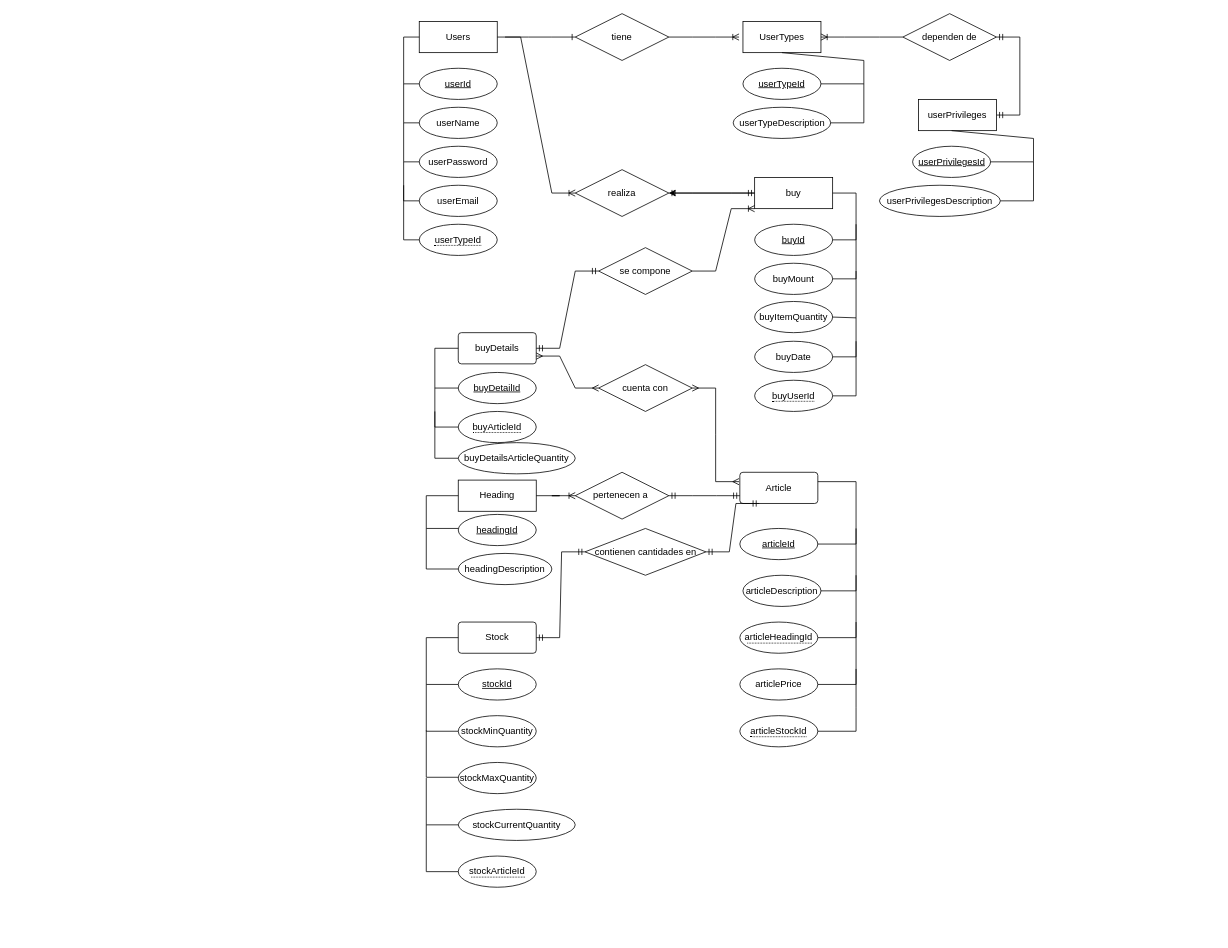
The draw.io diagram DER_carrito.drawio in LucasRivero02/baseDatos, before the edit. Source tidied: cells renumbered, new cells numbered last; positions are measured from the earlier drawing's top-left corner, leaving out a move shared by most shapes. Both pictures are drawn from the tidied source at 78%, with x=0, y=0 at pixel (403, 13).
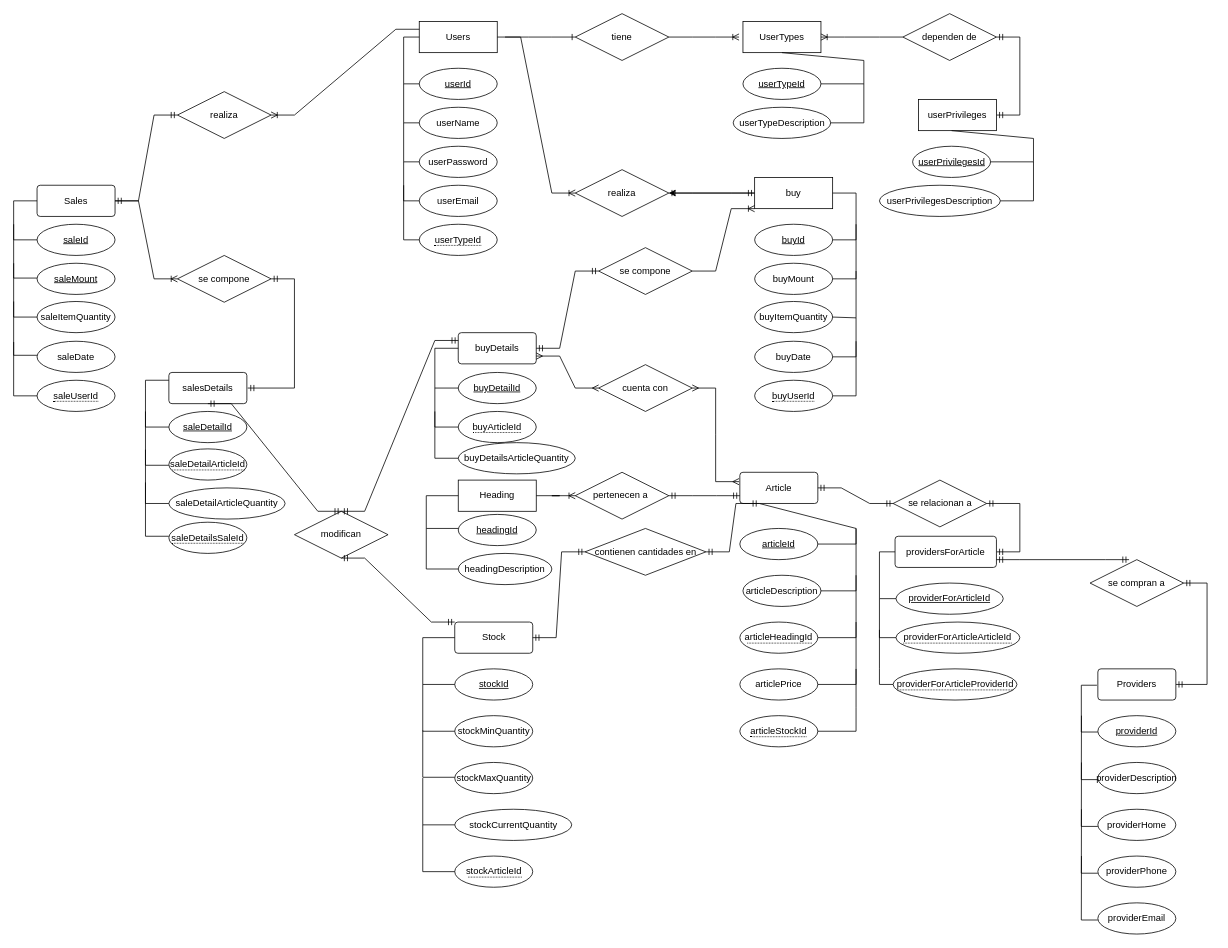
The same page after the edit.

Unchanged cells that the change refers to:
```xml
<mxCell id="2" value="Users" style="whiteSpace=wrap;html=1;align=center;" parent="1" vertex="1">
  <mxGeometry x="20" y="10" width="100" height="40" as="geometry" />
</mxCell>
<mxCell id="34" value="buyDetails" style="rounded=1;arcSize=10;whiteSpace=wrap;html=1;align=center;" parent="1" vertex="1">
  <mxGeometry x="70" y="409" width="100" height="40" as="geometry" />
</mxCell>
<mxCell id="45" value="Article" style="rounded=1;arcSize=10;whiteSpace=wrap;html=1;align=center;" parent="1" vertex="1">
  <mxGeometry x="431" y="588" width="100" height="40" as="geometry" />
</mxCell>
<mxCell id="49" value="articleId" style="ellipse;whiteSpace=wrap;html=1;align=center;fontStyle=4;" parent="1" vertex="1">
  <mxGeometry x="431" y="660" width="100" height="40" as="geometry" />
</mxCell>
```

The edit, as a diff of the source:
```diff
@@
-    <mxCell id="52" style="endArrow=none;html=1;rounded=0;exitX=1;exitY=0.5;exitDx=0;exitDy=0;" parent="1" edge="1" source="49">
+    <mxCell id="52" style="endArrow=none;html=1;rounded=0;exitX=1;exitY=0.5;exitDx=0;exitDy=0;entryX=0.25;entryY=1;entryDx=0;entryDy=0;" parent="1" edge="1" source="49" target="45">
       <mxGeometry relative="1" as="geometry">
-        <mxPoint x="531" y="600" as="targetPoint" />
         <Array as="points">
           <mxPoint x="580" y="680" />
-          <mxPoint x="580" y="600" />
+          <mxPoint x="580" y="660" />
         </Array>
       </mxGeometry>
     </mxCell>
@@
     <mxCell id="77" value="Stock" style="rounded=1;arcSize=10;whiteSpace=wrap;html=1;align=center;" parent="1" vertex="1">
-      <mxGeometry x="70" y="780" width="100" height="40" as="geometry" />
+      <mxGeometry x="65.5" y="780" width="100" height="40" as="geometry" />
     </mxCell>
@@
     <mxCell id="80" value="stockId" style="ellipse;whiteSpace=wrap;html=1;align=center;fontStyle=4;" parent="1" vertex="1">
-      <mxGeometry x="70" y="840" width="100" height="40" as="geometry" />
+      <mxGeometry x="65.5" y="840" width="100" height="40" as="geometry" />
     </mxCell>
     <mxCell id="81" value="stockMinQuantity" style="ellipse;whiteSpace=wrap;html=1;align=center;" parent="1" vertex="1">
-      <mxGeometry x="70" y="900" width="100" height="40" as="geometry" />
+      <mxGeometry x="65.5" y="900" width="100" height="40" as="geometry" />
     </mxCell>
     <mxCell id="82" value="stockMaxQuantity" style="ellipse;whiteSpace=wrap;html=1;align=center;" parent="1" vertex="1">
-      <mxGeometry x="70" y="960" width="100" height="40" as="geometry" />
+      <mxGeometry x="65.5" y="960" width="100" height="40" as="geometry" />
     </mxCell>
     <mxCell id="83" value="stockCurrentQuantity" style="ellipse;whiteSpace=wrap;html=1;align=center;" parent="1" vertex="1">
-      <mxGeometry x="70" y="1020" width="150" height="40" as="geometry" />
+      <mxGeometry x="65.5" y="1020" width="150" height="40" as="geometry" />
     </mxCell>
     <mxCell id="84" value="&lt;span style=&quot;border-bottom: 1px dotted&quot;&gt;stockArticleId&lt;/span&gt;" style="ellipse;whiteSpace=wrap;html=1;align=center;" parent="1" vertex="1">
-      <mxGeometry x="70" y="1080" width="100" height="40" as="geometry" />
+      <mxGeometry x="65.5" y="1080" width="100" height="40" as="geometry" />
     </mxCell>
     <mxCell id="85" style="endArrow=none;html=1;rounded=0;exitX=0;exitY=0.5;exitDx=0;exitDy=0;entryX=0;entryY=0.5;entryDx=0;entryDy=0;" parent="1" edge="1" source="80" target="77">
       <mxGeometry relative="1" as="geometry">
         <Array as="points">
-          <mxPoint x="29" y="860" />
-          <mxPoint x="29" y="800" />
+          <mxPoint x="24.5" y="860" />
+          <mxPoint x="24.5" y="800" />
         </Array>
       </mxGeometry>
     </mxCell>
     <mxCell id="86" style="endArrow=none;html=1;rounded=0;exitX=0;exitY=0.5;exitDx=0;exitDy=0;" parent="1" edge="1">
       <mxGeometry relative="1" as="geometry">
-        <mxPoint x="70" y="920" as="sourcePoint" />
-        <mxPoint x="29" y="860" as="targetPoint" />
+        <mxPoint x="65.5" y="920" as="sourcePoint" />
+        <mxPoint x="24.5" y="860" as="targetPoint" />
         <Array as="points">
-          <mxPoint x="29" y="920" />
-          <mxPoint x="29" y="860" />
+          <mxPoint x="24.5" y="920" />
+          <mxPoint x="24.5" y="860" />
         </Array>
       </mxGeometry>
     </mxCell>
     <mxCell id="87" style="endArrow=none;html=1;rounded=0;exitX=0;exitY=0.5;exitDx=0;exitDy=0;" parent="1" edge="1">
       <mxGeometry relative="1" as="geometry">
-        <mxPoint x="70" y="979" as="sourcePoint" />
-        <mxPoint x="29" y="919" as="targetPoint" />
+        <mxPoint x="65.5" y="979" as="sourcePoint" />
+        <mxPoint x="24.5" y="919" as="targetPoint" />
         <Array as="points">
-          <mxPoint x="29" y="979" />
-          <mxPoint x="29" y="919" />
+          <mxPoint x="24.5" y="979" />
+          <mxPoint x="24.5" y="919" />
         </Array>
       </mxGeometry>
     </mxCell>
     <mxCell id="88" style="endArrow=none;html=1;rounded=0;exitX=0;exitY=0.5;exitDx=0;exitDy=0;" parent="1" edge="1">
       <mxGeometry relative="1" as="geometry">
-        <mxPoint x="70" y="1040" as="sourcePoint" />
-        <mxPoint x="29" y="980" as="targetPoint" />
+        <mxPoint x="65.5" y="1040" as="sourcePoint" />
+        <mxPoint x="24.5" y="980" as="targetPoint" />
         <Array as="points">
-          <mxPoint x="29" y="1040" />
-          <mxPoint x="29" y="980" />
+          <mxPoint x="24.5" y="1040" />
+          <mxPoint x="24.5" y="980" />
         </Array>
       </mxGeometry>
     </mxCell>
     <mxCell id="89" style="endArrow=none;html=1;rounded=0;exitX=0;exitY=0.5;exitDx=0;exitDy=0;" parent="1" edge="1">
       <mxGeometry relative="1" as="geometry">
-        <mxPoint x="70" y="1100" as="sourcePoint" />
-        <mxPoint x="29" y="1040" as="targetPoint" />
+        <mxPoint x="65.5" y="1100" as="sourcePoint" />
+        <mxPoint x="24.5" y="1040" as="targetPoint" />
         <Array as="points">
-          <mxPoint x="29" y="1100" />
-          <mxPoint x="29" y="1040" />
+          <mxPoint x="24.5" y="1100" />
+          <mxPoint x="24.5" y="1040" />
         </Array>
       </mxGeometry>
     </mxCell>
+    <mxCell id="90" value="se relacionan a" style="shape=rhombus;perimeter=rhombusPerimeter;whiteSpace=wrap;html=1;align=center;" parent="1" vertex="1">
+      <mxGeometry x="627.5" y="598" width="120" height="60" as="geometry" />
+    </mxCell>
+    <mxCell id="91" style="edgeStyle=entityRelationEdgeStyle;fontSize=12;html=1;endArrow=ERmandOne;startArrow=ERmandOne;rounded=0;entryX=0;entryY=0.5;entryDx=0;entryDy=0;" parent="1" edge="1" source="45" target="90">
+      <mxGeometry relative="1" as="geometry" />
+    </mxCell>
+    <mxCell id="92" style="edgeStyle=entityRelationEdgeStyle;fontSize=12;html=1;endArrow=ERmandOne;startArrow=ERmandOne;rounded=0;" parent="1" edge="1" target="90">
+      <mxGeometry relative="1" as="geometry">
+        <mxPoint x="760" y="690" as="sourcePoint" />
+      </mxGeometry>
+    </mxCell>
+    <mxCell id="93" value="providersForArticle" style="rounded=1;arcSize=10;whiteSpace=wrap;html=1;align=center;" parent="1" vertex="1">
+      <mxGeometry x="630" y="670" width="130" height="40" as="geometry" />
+    </mxCell>
+    <mxCell id="94" value="providerForArticleId" style="ellipse;whiteSpace=wrap;html=1;align=center;fontStyle=4;" parent="1" vertex="1">
+      <mxGeometry x="631.2" y="730" width="137.5" height="40" as="geometry" />
+    </mxCell>
+    <mxCell id="95" value="&lt;span style=&quot;border-bottom: 1px dotted&quot;&gt;providerForArticleArticleId&lt;/span&gt;" style="ellipse;whiteSpace=wrap;html=1;align=center;" parent="1" vertex="1">
+      <mxGeometry x="631.2" y="780" width="158.8" height="40" as="geometry" />
+    </mxCell>
+    <mxCell id="96" value="&lt;span style=&quot;border-bottom: 1px dotted&quot;&gt;providerForArticleProviderId&lt;/span&gt;" style="ellipse;whiteSpace=wrap;html=1;align=center;" parent="1" vertex="1">
+      <mxGeometry x="627.5" y="840" width="158.8" height="40" as="geometry" />
+    </mxCell>
+    <mxCell id="97" style="endArrow=none;html=1;rounded=0;exitX=0;exitY=0.5;exitDx=0;exitDy=0;entryX=0;entryY=0.5;entryDx=0;entryDy=0;" parent="1" edge="1" source="94" target="93">
+      <mxGeometry relative="1" as="geometry">
+        <Array as="points">
+          <mxPoint x="610" y="750" />
+          <mxPoint x="610" y="690" />
+        </Array>
+      </mxGeometry>
+    </mxCell>
+    <mxCell id="98" style="endArrow=none;html=1;rounded=0;exitX=0;exitY=0.5;exitDx=0;exitDy=0;" parent="1" edge="1" source="95">
+      <mxGeometry relative="1" as="geometry">
+        <mxPoint x="610" y="750" as="targetPoint" />
+        <Array as="points">
+          <mxPoint x="610" y="800" />
+        </Array>
+      </mxGeometry>
+    </mxCell>
+    <mxCell id="99" style="endArrow=none;html=1;rounded=0;exitX=0;exitY=0.5;exitDx=0;exitDy=0;" parent="1" edge="1" source="96">
+      <mxGeometry relative="1" as="geometry">
+        <mxPoint x="610" y="790" as="targetPoint" />
+        <Array as="points">
+          <mxPoint x="610" y="860" />
+          <mxPoint x="610" y="840" />
+        </Array>
+      </mxGeometry>
+    </mxCell>
+    <mxCell id="100" value="se compran a" style="shape=rhombus;perimeter=rhombusPerimeter;whiteSpace=wrap;html=1;align=center;" parent="1" vertex="1">
+      <mxGeometry x="880" y="700" width="120" height="60" as="geometry" />
+    </mxCell>
+    <mxCell id="101" style="edgeStyle=entityRelationEdgeStyle;fontSize=12;html=1;endArrow=ERmandOne;startArrow=ERmandOne;rounded=0;entryX=1;entryY=0.75;entryDx=0;entryDy=0;exitX=0.417;exitY=0;exitDx=0;exitDy=0;exitPerimeter=0;" parent="1" edge="1" source="100" target="93">
+      <mxGeometry relative="1" as="geometry" />
+    </mxCell>
+    <mxCell id="102" style="edgeStyle=entityRelationEdgeStyle;fontSize=12;html=1;endArrow=ERmandOne;startArrow=ERmandOne;rounded=0;exitX=1;exitY=0.5;exitDx=0;exitDy=0;" parent="1" edge="1" source="103" target="100">
+      <mxGeometry relative="1" as="geometry" />
+    </mxCell>
+    <mxCell id="103" value="Providers" style="rounded=1;arcSize=10;whiteSpace=wrap;html=1;align=center;" parent="1" vertex="1">
+      <mxGeometry x="890" y="840" width="100" height="40" as="geometry" />
+    </mxCell>
+    <mxCell id="104" value="providerId" style="ellipse;whiteSpace=wrap;html=1;align=center;fontStyle=4;" parent="1" vertex="1">
+      <mxGeometry x="890" y="900" width="100" height="40" as="geometry" />
+    </mxCell>
+    <mxCell id="105" value="providerDescription" style="ellipse;whiteSpace=wrap;html=1;align=center;" parent="1" vertex="1">
+      <mxGeometry x="890" y="960" width="100" height="40" as="geometry" />
+    </mxCell>
+    <mxCell id="106" value="providerHome" style="ellipse;whiteSpace=wrap;html=1;align=center;" parent="1" vertex="1">
+      <mxGeometry x="890" y="1020" width="100" height="40" as="geometry" />
+    </mxCell>
+    <mxCell id="107" value="providerPhone" style="ellipse;whiteSpace=wrap;html=1;align=center;" parent="1" vertex="1">
+      <mxGeometry x="890" y="1080" width="100" height="40" as="geometry" />
+    </mxCell>
+    <mxCell id="108" value="providerEmail" style="ellipse;whiteSpace=wrap;html=1;align=center;" parent="1" vertex="1">
+      <mxGeometry x="890" y="1140" width="100" height="40" as="geometry" />
+    </mxCell>
+    <mxCell id="109" style="endArrow=none;html=1;rounded=0;exitX=0;exitY=0.5;exitDx=0;exitDy=0;entryX=0;entryY=0.5;entryDx=0;entryDy=0;" parent="1" edge="1">
+      <mxGeometry relative="1" as="geometry">
+        <mxPoint x="890" y="921" as="sourcePoint" />
+        <mxPoint x="888.8" y="861" as="targetPoint" />
+        <Array as="points">
+          <mxPoint x="868.8" y="921" />
+          <mxPoint x="868.8" y="861" />
+        </Array>
+      </mxGeometry>
+    </mxCell>
+    <mxCell id="110" style="endArrow=none;html=1;rounded=0;exitX=0;exitY=0.5;exitDx=0;exitDy=0;" parent="1" edge="1">
+      <mxGeometry relative="1" as="geometry">
+        <mxPoint x="890" y="982" as="sourcePoint" />
+        <mxPoint x="869" y="900" as="targetPoint" />
+        <Array as="points">
+          <mxPoint x="868.8" y="982" />
+        </Array>
+      </mxGeometry>
+    </mxCell>
+    <mxCell id="111" style="endArrow=none;html=1;rounded=0;exitX=0;exitY=0.5;exitDx=0;exitDy=0;" parent="1" edge="1">
+      <mxGeometry relative="1" as="geometry">
+        <mxPoint x="890" y="1042" as="sourcePoint" />
+        <mxPoint x="869" y="960" as="targetPoint" />
+        <Array as="points">
+          <mxPoint x="868.8" y="1042" />
+        </Array>
+      </mxGeometry>
+    </mxCell>
+    <mxCell id="112" style="endArrow=none;html=1;rounded=0;exitX=0;exitY=0.5;exitDx=0;exitDy=0;" parent="1" edge="1">
+      <mxGeometry relative="1" as="geometry">
+        <mxPoint x="890" y="1102" as="sourcePoint" />
+        <mxPoint x="869" y="1020" as="targetPoint" />
+        <Array as="points">
+          <mxPoint x="868.8" y="1102" />
+        </Array>
+      </mxGeometry>
+    </mxCell>
+    <mxCell id="113" style="endArrow=none;html=1;rounded=0;exitX=0;exitY=0.5;exitDx=0;exitDy=0;" parent="1" edge="1">
+      <mxGeometry relative="1" as="geometry">
+        <mxPoint x="890" y="1162" as="sourcePoint" />
+        <mxPoint x="869" y="1080" as="targetPoint" />
+        <Array as="points">
+          <mxPoint x="868.8" y="1162" />
+        </Array>
+      </mxGeometry>
+    </mxCell>
+    <mxCell id="114" value="modifican" style="shape=rhombus;perimeter=rhombusPerimeter;whiteSpace=wrap;html=1;align=center;" parent="1" vertex="1">
+      <mxGeometry x="-140" y="638" width="120" height="60" as="geometry" />
+    </mxCell>
+    <mxCell id="115" style="edgeStyle=entityRelationEdgeStyle;fontSize=12;html=1;endArrow=ERmandOne;startArrow=ERmandOne;rounded=0;exitX=0.5;exitY=0;exitDx=0;exitDy=0;entryX=0;entryY=0.25;entryDx=0;entryDy=0;" parent="1" edge="1" source="114" target="34">
+      <mxGeometry relative="1" as="geometry" />
+    </mxCell>
+    <mxCell id="116" style="edgeStyle=entityRelationEdgeStyle;fontSize=12;html=1;endArrow=ERmandOne;startArrow=ERmandOne;rounded=0;entryX=0.5;entryY=1;entryDx=0;entryDy=0;exitX=0;exitY=0;exitDx=0;exitDy=0;" parent="1" edge="1" source="77" target="114">
+      <mxGeometry relative="1" as="geometry" />
+    </mxCell>
+    <mxCell id="117" value="Sales" style="rounded=1;arcSize=10;whiteSpace=wrap;html=1;align=center;" parent="1" vertex="1">
+      <mxGeometry x="-470" y="220" width="100" height="40" as="geometry" />
+    </mxCell>
+    <mxCell id="118" value="saleId" style="ellipse;whiteSpace=wrap;html=1;align=center;fontStyle=4;" parent="1" vertex="1">
+      <mxGeometry x="-470" y="270" width="100" height="40" as="geometry" />
+    </mxCell>
+    <mxCell id="119" value="saleMount" style="ellipse;whiteSpace=wrap;html=1;align=center;fontStyle=4;" parent="1" vertex="1">
+      <mxGeometry x="-470" y="320" width="100" height="40" as="geometry" />
+    </mxCell>
+    <mxCell id="120" value="saleItemQuantity" style="ellipse;whiteSpace=wrap;html=1;align=center;" parent="1" vertex="1">
+      <mxGeometry x="-470" y="369" width="100" height="40" as="geometry" />
+    </mxCell>
+    <mxCell id="121" value="saleDate" style="ellipse;whiteSpace=wrap;html=1;align=center;" parent="1" vertex="1">
+      <mxGeometry x="-470" y="420" width="100" height="40" as="geometry" />
+    </mxCell>
+    <mxCell id="122" value="&lt;span style=&quot;border-bottom: 1px dotted&quot;&gt;saleUserId&lt;/span&gt;" style="ellipse;whiteSpace=wrap;html=1;align=center;" parent="1" vertex="1">
+      <mxGeometry x="-470" y="470" width="100" height="40" as="geometry" />
+    </mxCell>
+    <mxCell id="123" style="endArrow=none;html=1;rounded=0;entryX=0;entryY=0.5;entryDx=0;entryDy=0;exitX=0;exitY=0.5;exitDx=0;exitDy=0;" parent="1" edge="1" source="118" target="117">
+      <mxGeometry relative="1" as="geometry">
+        <Array as="points">
+          <mxPoint x="-500" y="290" />
+          <mxPoint x="-500" y="240" />
+        </Array>
+      </mxGeometry>
+    </mxCell>
+    <mxCell id="124" style="endArrow=none;html=1;rounded=0;exitX=0;exitY=0.5;exitDx=0;exitDy=0;" parent="1" edge="1">
+      <mxGeometry relative="1" as="geometry">
+        <mxPoint x="-470" y="339" as="sourcePoint" />
+        <mxPoint x="-500" y="270" as="targetPoint" />
+        <Array as="points">
+          <mxPoint x="-500" y="339" />
+        </Array>
+      </mxGeometry>
+    </mxCell>
+    <mxCell id="125" style="endArrow=none;html=1;rounded=0;exitX=0;exitY=0.5;exitDx=0;exitDy=0;" parent="1" edge="1">
+      <mxGeometry relative="1" as="geometry">
+        <mxPoint x="-470" y="389" as="sourcePoint" />
+        <mxPoint x="-500" y="320" as="targetPoint" />
+        <Array as="points">
+          <mxPoint x="-500" y="389" />
+        </Array>
+      </mxGeometry>
+    </mxCell>
+    <mxCell id="126" style="endArrow=none;html=1;rounded=0;exitX=0;exitY=0.5;exitDx=0;exitDy=0;" parent="1" edge="1">
+      <mxGeometry relative="1" as="geometry">
+        <mxPoint x="-470" y="438" as="sourcePoint" />
+        <mxPoint x="-500" y="369" as="targetPoint" />
+        <Array as="points">
+          <mxPoint x="-500" y="438" />
+        </Array>
+      </mxGeometry>
+    </mxCell>
+    <mxCell id="127" style="endArrow=none;html=1;rounded=0;exitX=0;exitY=0.5;exitDx=0;exitDy=0;" parent="1" edge="1">
+      <mxGeometry relative="1" as="geometry">
+        <mxPoint x="-470" y="490" as="sourcePoint" />
+        <mxPoint x="-500" y="421" as="targetPoint" />
+        <Array as="points">
+          <mxPoint x="-500" y="490" />
+        </Array>
+      </mxGeometry>
+    </mxCell>
+    <mxCell id="128" value="realiza" style="shape=rhombus;perimeter=rhombusPerimeter;whiteSpace=wrap;html=1;align=center;" parent="1" vertex="1">
+      <mxGeometry x="-290" y="100" width="120" height="60" as="geometry" />
+    </mxCell>
+    <mxCell id="129" style="edgeStyle=entityRelationEdgeStyle;fontSize=12;html=1;endArrow=ERoneToMany;rounded=0;entryX=1;entryY=0.5;entryDx=0;entryDy=0;exitX=0;exitY=0.25;exitDx=0;exitDy=0;" parent="1" edge="1" source="2" target="128">
+      <mxGeometry relative="1" as="geometry" />
+    </mxCell>
+    <mxCell id="130" style="edgeStyle=entityRelationEdgeStyle;fontSize=12;html=1;endArrow=ERmandOne;startArrow=ERmandOne;rounded=0;exitX=0;exitY=0.5;exitDx=0;exitDy=0;entryX=1;entryY=0.5;entryDx=0;entryDy=0;" parent="1" edge="1" source="128" target="117">
+      <mxGeometry relative="1" as="geometry" />
+    </mxCell>
+    <mxCell id="131" value="se compone" style="shape=rhombus;perimeter=rhombusPerimeter;whiteSpace=wrap;html=1;align=center;" parent="1" vertex="1">
+      <mxGeometry x="-290" y="310" width="120" height="60" as="geometry" />
+    </mxCell>
+    <mxCell id="132" style="edgeStyle=entityRelationEdgeStyle;fontSize=12;html=1;endArrow=ERmandOne;startArrow=ERmandOne;rounded=0;" parent="1" edge="1" target="131">
+      <mxGeometry relative="1" as="geometry">
+        <mxPoint x="-200" y="480" as="sourcePoint" />
+      </mxGeometry>
+    </mxCell>
+    <mxCell id="133" style="edgeStyle=entityRelationEdgeStyle;fontSize=12;html=1;endArrow=ERoneToMany;rounded=0;exitX=1;exitY=0.5;exitDx=0;exitDy=0;" parent="1" edge="1" source="117" target="131">
+      <mxGeometry relative="1" as="geometry" />
+    </mxCell>
+    <mxCell id="134" value="salesDetails" style="rounded=1;arcSize=10;whiteSpace=wrap;html=1;align=center;" parent="1" vertex="1">
+      <mxGeometry x="-301" y="460" width="100" height="40" as="geometry" />
+    </mxCell>
+    <mxCell id="135" value="saleDetailId" style="ellipse;whiteSpace=wrap;html=1;align=center;fontStyle=4;" parent="1" vertex="1">
+      <mxGeometry x="-301" y="510" width="100" height="40" as="geometry" />
+    </mxCell>
+    <mxCell id="136" value="&lt;span style=&quot;border-bottom: 1px dotted&quot;&gt;saleDetailArticleId&lt;/span&gt;" style="ellipse;whiteSpace=wrap;html=1;align=center;" parent="1" vertex="1">
+      <mxGeometry x="-301" y="558" width="100" height="40" as="geometry" />
+    </mxCell>
+    <mxCell id="137" value="saleDetailArticleQuantity" style="ellipse;whiteSpace=wrap;html=1;align=center;" parent="1" vertex="1">
+      <mxGeometry x="-301" y="608" width="149" height="40" as="geometry" />
+    </mxCell>
+    <mxCell id="138" value="&lt;span style=&quot;border-bottom: 1px dotted&quot;&gt;saleDetailsSaleId&lt;/span&gt;" style="ellipse;whiteSpace=wrap;html=1;align=center;" parent="1" vertex="1">
+      <mxGeometry x="-301" y="652" width="100" height="40" as="geometry" />
+    </mxCell>
+    <mxCell id="139" style="endArrow=none;html=1;rounded=0;entryX=0;entryY=0.5;entryDx=0;entryDy=0;exitX=0;exitY=0.5;exitDx=0;exitDy=0;" parent="1" edge="1" source="135">
+      <mxGeometry relative="1" as="geometry">
+        <mxPoint x="-301" y="470" as="targetPoint" />
+        <Array as="points">
+          <mxPoint x="-331" y="530" />
+          <mxPoint x="-331" y="480" />
+          <mxPoint x="-331" y="470" />
+        </Array>
+      </mxGeometry>
+    </mxCell>
+    <mxCell id="140" style="endArrow=none;html=1;rounded=0;exitX=0;exitY=0.5;exitDx=0;exitDy=0;" parent="1" edge="1">
+      <mxGeometry relative="1" as="geometry">
+        <mxPoint x="-301" y="579" as="sourcePoint" />
+        <mxPoint x="-331" y="510" as="targetPoint" />
+        <Array as="points">
+          <mxPoint x="-331" y="579" />
+        </Array>
+      </mxGeometry>
+    </mxCell>
+    <mxCell id="141" style="endArrow=none;html=1;rounded=0;exitX=0;exitY=0.5;exitDx=0;exitDy=0;" parent="1" edge="1">
+      <mxGeometry relative="1" as="geometry">
+        <mxPoint x="-301" y="628" as="sourcePoint" />
+        <mxPoint x="-331" y="559" as="targetPoint" />
+        <Array as="points">
+          <mxPoint x="-331" y="628" />
+        </Array>
+      </mxGeometry>
+    </mxCell>
+    <mxCell id="142" style="endArrow=none;html=1;rounded=0;exitX=0;exitY=0.5;exitDx=0;exitDy=0;" parent="1" edge="1">
+      <mxGeometry relative="1" as="geometry">
+        <mxPoint x="-301" y="670" as="sourcePoint" />
+        <mxPoint x="-331" y="601" as="targetPoint" />
+        <Array as="points">
+          <mxPoint x="-331" y="670" />
+        </Array>
+      </mxGeometry>
+    </mxCell>
+    <mxCell id="143" style="edgeStyle=entityRelationEdgeStyle;fontSize=12;html=1;endArrow=ERmandOne;startArrow=ERmandOne;rounded=0;exitX=0.5;exitY=0;exitDx=0;exitDy=0;entryX=0.5;entryY=1;entryDx=0;entryDy=0;" parent="1" edge="1" source="114" target="134">
+      <mxGeometry relative="1" as="geometry" />
+    </mxCell>
```
